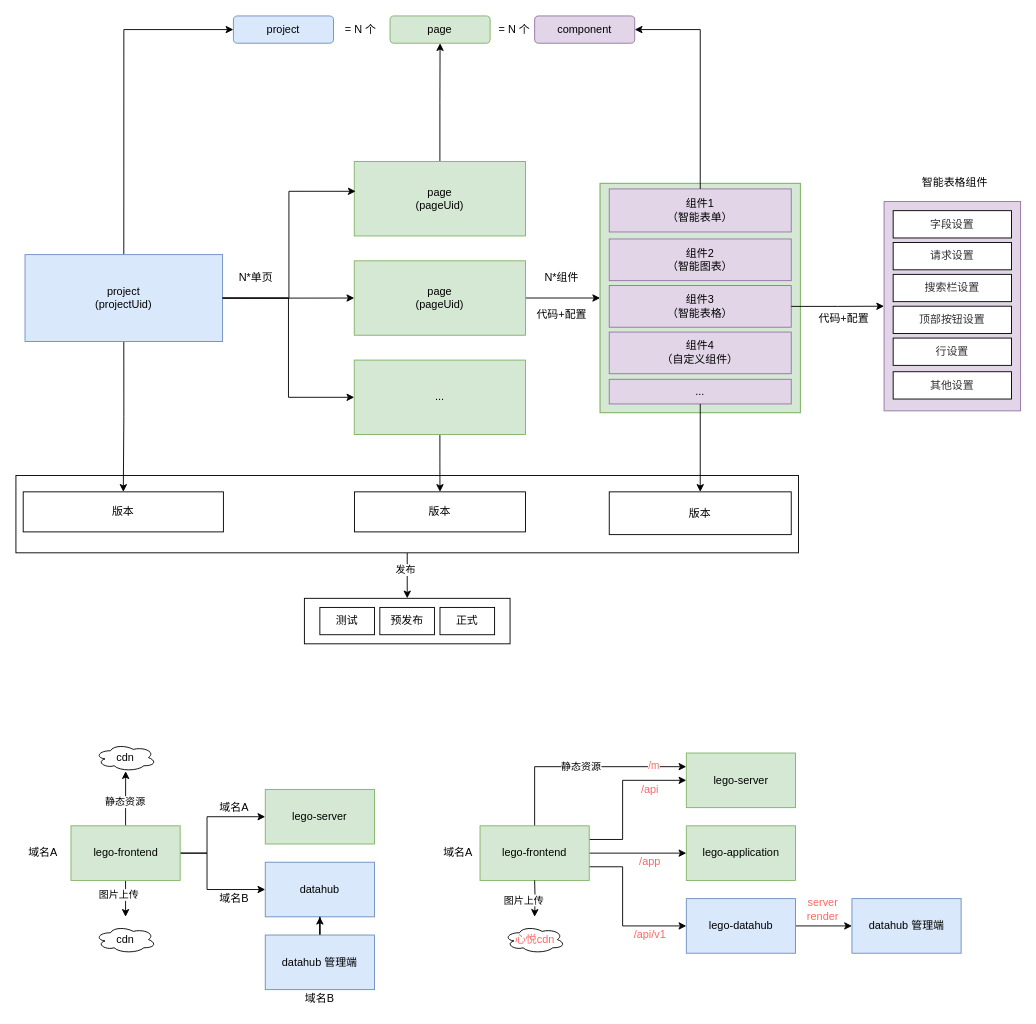
Earlier version of the draw.io diagram lego.drawio (axtrur/resource). Source tidied: cells renumbered, new cells numbered last; positions are measured from the earlier drawing's top-left corner, leaving out a move shared by most shapes. Both pictures are drawn from the tidied source at 91%, with x=0, y=0 at pixel (15, 15). Pictures stored in the file or linked from it are replaced by grey dashed boxes.
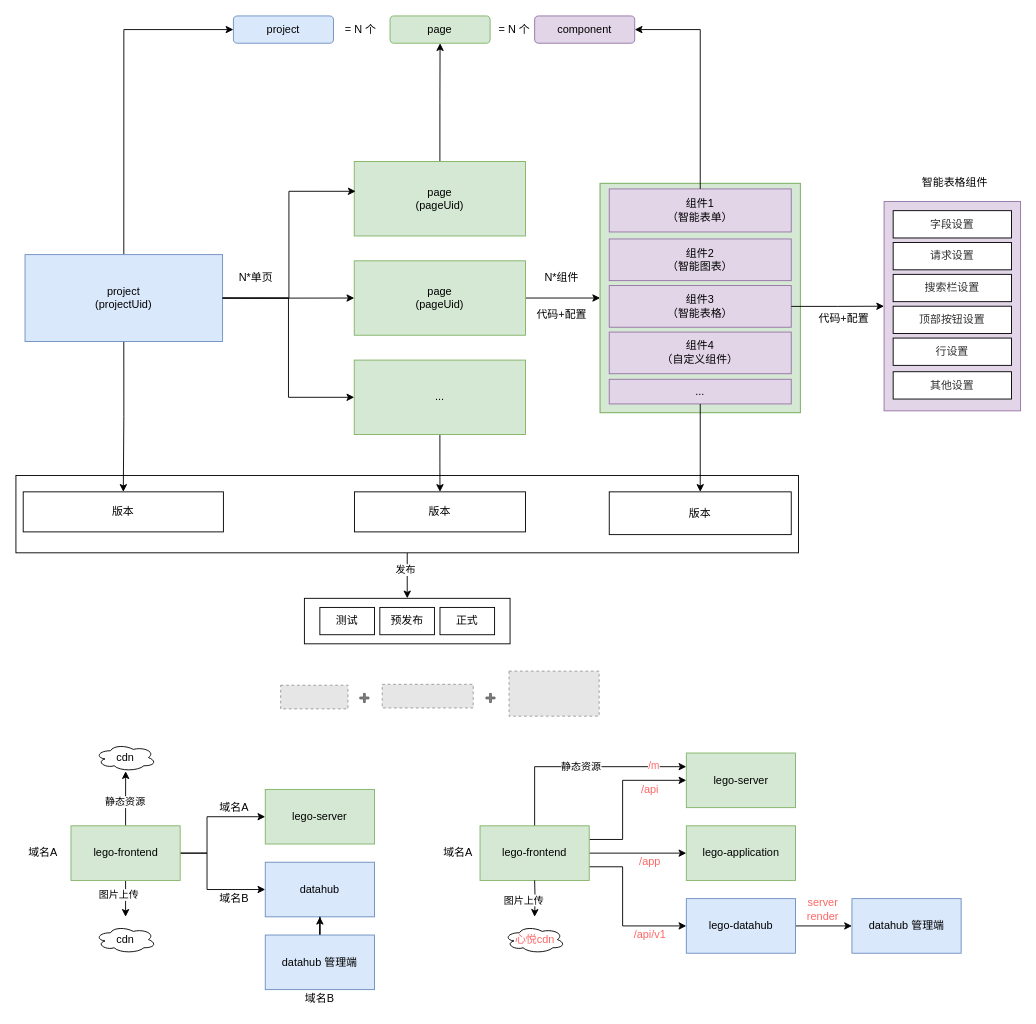
After the change.

The edit, as a diff of the source:
```diff
@@
+    <mxCell id="87" style="fillColor=#E6E6E6;strokeColor=#999999;dashed=1;verticalLabelPosition=bottom;labelBackgroundColor=#ffffff;verticalAlign=top;" parent="1" vertex="1">
+      <mxGeometry x="402.5" y="734.5" width="100" height="26" as="geometry" />
+    </mxCell>
+    <mxCell id="88" style="fillColor=#E6E6E6;strokeColor=#999999;dashed=1;verticalLabelPosition=bottom;labelBackgroundColor=#ffffff;verticalAlign=top;" parent="1" vertex="1">
+      <mxGeometry x="541.9" y="720" width="99" height="49.5" as="geometry" />
+    </mxCell>
+    <mxCell id="89" style="shape=cross;whiteSpace=wrap;html=1;strokeColor=#666666;fontColor=#333333;fillColor=#808080;" parent="1" vertex="1">
+      <mxGeometry x="516.5" y="744.5" width="10" height="10" as="geometry" />
+    </mxCell>
+    <mxCell id="90" style="fillColor=#E6E6E6;strokeColor=#999999;dashed=1;verticalLabelPosition=bottom;labelBackgroundColor=#ffffff;verticalAlign=top;" parent="1" vertex="1">
+      <mxGeometry x="290.9" y="735.5" width="74" height="26" as="geometry" />
+    </mxCell>
+    <mxCell id="91" style="shape=cross;whiteSpace=wrap;html=1;strokeColor=#666666;fontColor=#333333;fillColor=#808080;" parent="1" vertex="1">
+      <mxGeometry x="377.9" y="744.5" width="10" height="10" as="geometry" />
+    </mxCell>
```
